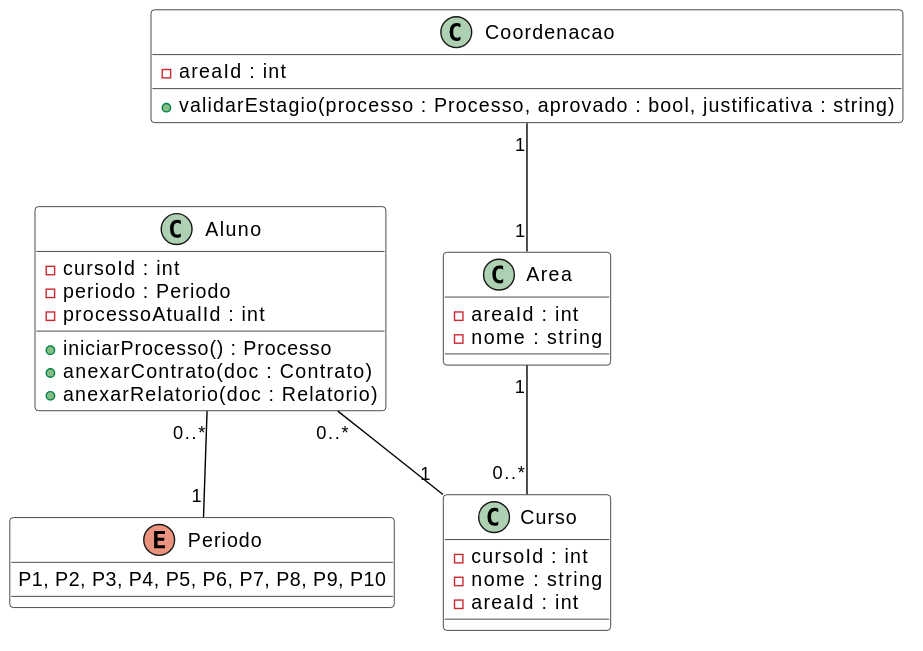
This is docs/assets/Diagramas/out/diagrama_classes_academico.svg from Projetos-de-Extensao/PBE_26.1_8002_III, a PlantUML export, as it was before one commit.
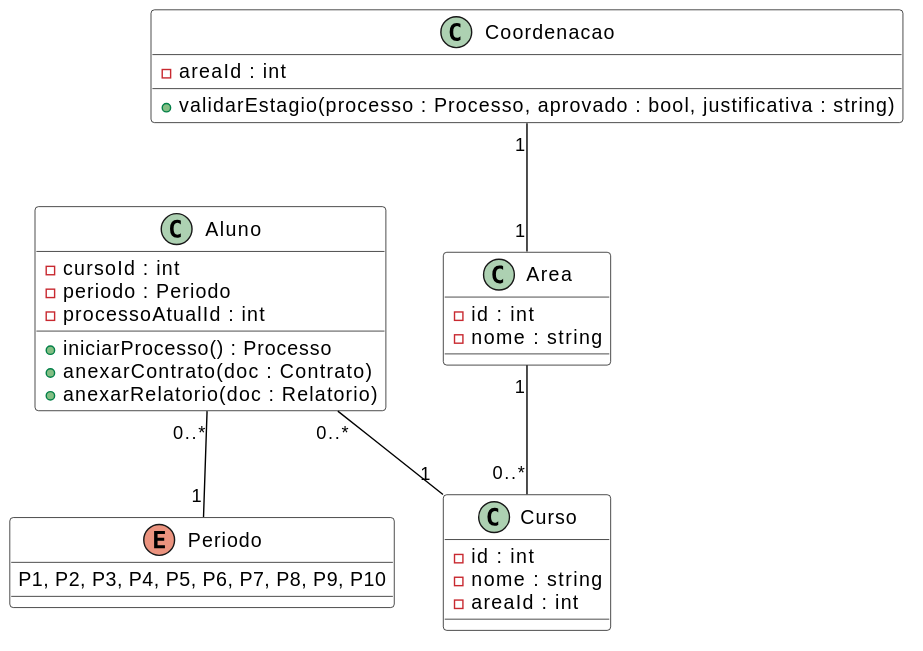
The same file after the commit.

Change to the diagram source:
```diff
@@ -19,13 +19,13 @@
 }
 
 class Curso {
-- cursoId : int
+- id : int
 - nome : string
 - areaId : int
 }
 
 class Area {
-- areaId : int
+- id : int
 - nome : string
 }
 
```
